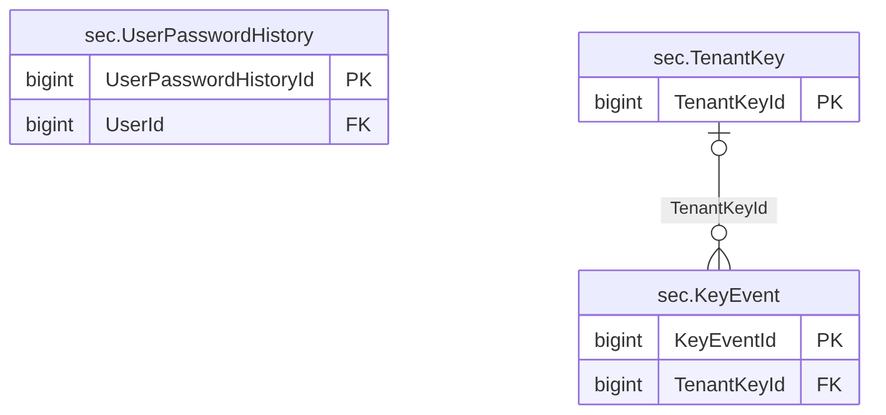
This is treasury-platform/docs/diagrams/erd/m0_sessions_2.png from thawrasy/smartlines, a Mermaid export, as it was before one commit. Its source is kept beside it as treasury-platform/docs/diagrams/erd/m0_sessions_2.mmd. The source it was exported from:
```mermaid
erDiagram
  sec_UserPasswordHistory["sec.UserPasswordHistory"] {
    bigint UserPasswordHistoryId PK
    bigint UserId FK
  }
  sec_TenantKey["sec.TenantKey"] {
    bigint TenantKeyId PK
  }
  sec_KeyEvent["sec.KeyEvent"] {
    bigint KeyEventId PK
    bigint TenantKeyId FK
  }
  sec_TenantKey |o--o{ sec_KeyEvent : "TenantKeyId"
```
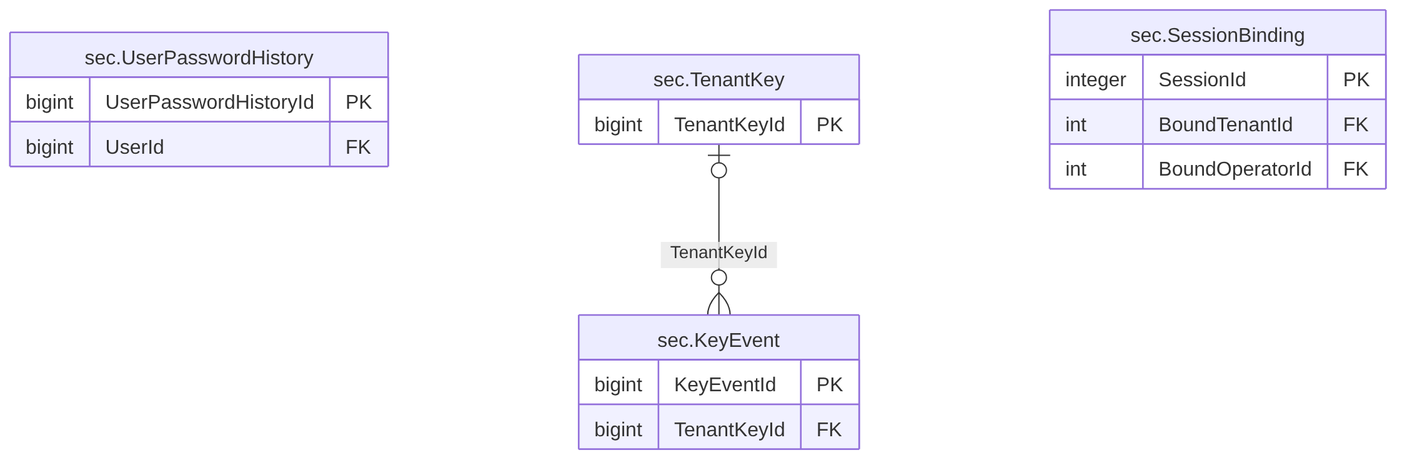
Above is the later version.

What changed in the source:
```diff
@@ -10,4 +10,9 @@
     bigint KeyEventId PK
     bigint TenantKeyId FK
   }
+  sec_SessionBinding["sec.SessionBinding"] {
+    integer SessionId PK
+    int BoundTenantId FK
+    int BoundOperatorId FK
+  }
   sec_TenantKey |o--o{ sec_KeyEvent : "TenantKeyId"
```
